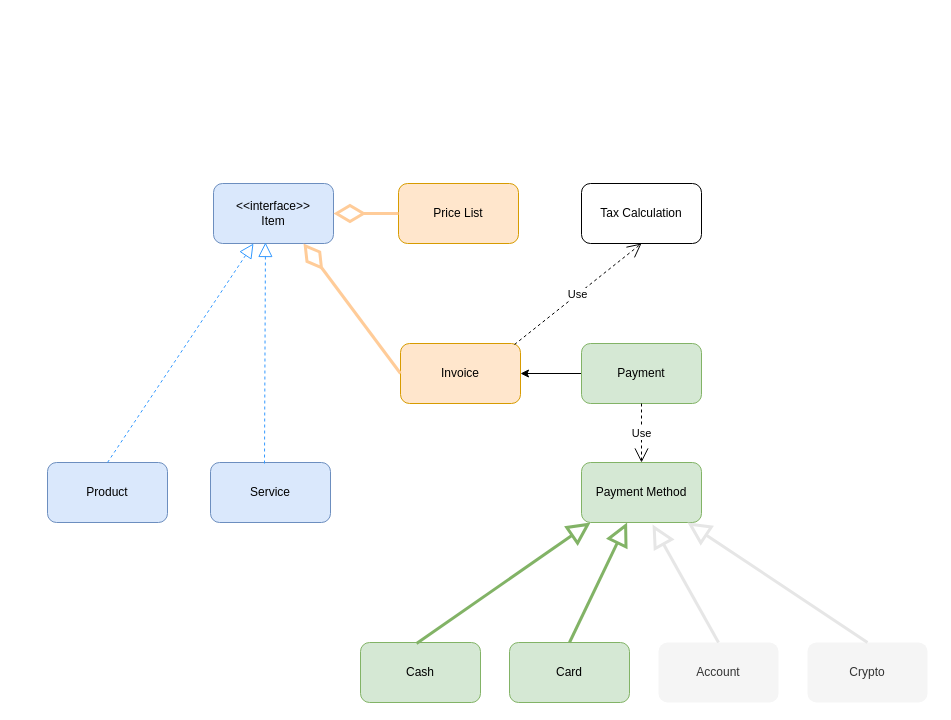
Earlier version of the draw.io diagram Portculis Cashier.drawio (369neri/PortculisPOS). Source tidied: cells renumbered, new cells numbered last; positions are measured from the earlier drawing's top-left corner, leaving out a move shared by most shapes. Both pictures are drawn from the tidied source at 100%, with x=0, y=0 at pixel (47, 183).
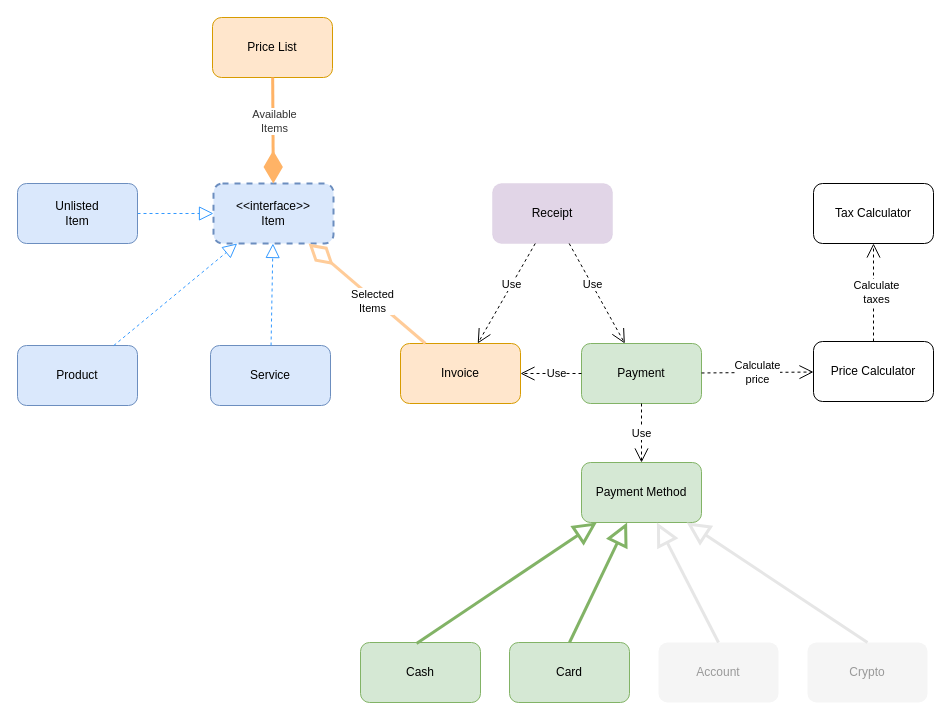
After the change.

The change refers to these unchanged cells:
```xml
<mxCell id="2" value="Invoice" style="rounded=1;whiteSpace=wrap;html=1;fillColor=#ffe6cc;strokeColor=#d79b00;" parent="1" vertex="1">
  <mxGeometry x="353" y="160" width="120" height="60" as="geometry" />
</mxCell>
<mxCell id="6" value="Payment" style="rounded=1;whiteSpace=wrap;html=1;fillColor=#d5e8d4;strokeColor=#82b366;" parent="1" vertex="1">
  <mxGeometry x="534" y="160" width="120" height="60" as="geometry" />
</mxCell>
<mxCell id="7" value="Payment Method" style="rounded=1;whiteSpace=wrap;html=1;fillColor=#d5e8d4;strokeColor=#82b366;" parent="1" vertex="1">
  <mxGeometry x="534" y="279" width="120" height="60" as="geometry" />
</mxCell>
<mxCell id="9" value="Cash" style="rounded=1;whiteSpace=wrap;html=1;fillColor=#d5e8d4;strokeColor=#82b366;" parent="1" vertex="1">
  <mxGeometry x="313" y="459" width="120" height="60" as="geometry" />
</mxCell>
```

Diff of the diagram source:
```diff
@@
-<mxGraphModel>
+<mxGraphModel background="#FFFFFF">
@@
     <mxCell id="3" value="Price List" style="rounded=1;whiteSpace=wrap;html=1;fillColor=#ffe6cc;strokeColor=#d79b00;" parent="1" vertex="1">
-      <mxGeometry x="351" width="120" height="60" as="geometry" />
+      <mxGeometry x="165" y="-166" width="120" height="60" as="geometry" />
     </mxCell>
-    <mxCell id="4" value="&amp;lt;&amp;lt;interface&amp;gt;&amp;gt;&lt;br&gt;Item" style="rounded=1;whiteSpace=wrap;html=1;fillColor=#dae8fc;strokeColor=#6c8ebf;" parent="1" vertex="1">
+    <mxCell id="4" value="&amp;lt;&amp;lt;interface&amp;gt;&amp;gt;&lt;br&gt;Item" style="rounded=1;whiteSpace=wrap;html=1;fillColor=#dae8fc;strokeColor=#6c8ebf;strokeWidth=2;dashed=1;" parent="1" vertex="1">
       <mxGeometry x="166" width="120" height="60" as="geometry" />
     </mxCell>
-    <mxCell id="5" style="edgeStyle=orthogonalEdgeStyle;rounded=0;jettySize=auto;html=1;" parent="1" edge="1" source="6" target="2">
-      <mxGeometry relative="1" as="geometry" />
-    </mxCell>
@@
-    <mxCell id="8" style="endArrow=diamondThin;endFill=0;endSize=24;html=1;rounded=0;entryX=1;entryY=0.5;entryDx=0;entryDy=0;exitX=0;exitY=0.5;exitDx=0;exitDy=0;fillColor=#ffe6cc;strokeColor=#FFCC99;strokeWidth=3;" parent="1" edge="1" source="3" target="4">
-      <mxGeometry relative="1" as="geometry" />
-    </mxCell>
@@
-    <mxCell id="11" value="Account" style="rounded=1;whiteSpace=wrap;html=1;fillColor=#f5f5f5;fontColor=#333333;strokeColor=none;dashed=1;dashPattern=1 4;strokeWidth=0;" parent="1" vertex="1">
+    <mxCell id="11" value="Account" style="rounded=1;whiteSpace=wrap;html=1;fillColor=#f5f5f5;fontColor=#999999;strokeColor=none;dashed=1;dashPattern=1 4;strokeWidth=0;" parent="1" vertex="1">
       <mxGeometry x="611" y="459" width="120" height="60" as="geometry" />
     </mxCell>
-    <mxCell id="12" value="Crypto" style="rounded=1;whiteSpace=wrap;html=1;fillColor=#f5f5f5;fontColor=#333333;strokeColor=none;dashed=1;dashPattern=1 4;strokeWidth=0;" parent="1" vertex="1">
+    <mxCell id="12" value="Crypto" style="rounded=1;whiteSpace=wrap;html=1;fillColor=#f5f5f5;fontColor=#999999;strokeColor=none;dashed=1;dashPattern=1 4;strokeWidth=0;" parent="1" vertex="1">
       <mxGeometry x="760" y="459" width="120" height="60" as="geometry" />
     </mxCell>
     <mxCell id="13" value="Product" style="rounded=1;whiteSpace=wrap;html=1;fillColor=#dae8fc;strokeColor=#6c8ebf;" parent="1" vertex="1">
-      <mxGeometry y="279" width="120" height="60" as="geometry" />
+      <mxGeometry x="-30" y="162" width="120" height="60" as="geometry" />
     </mxCell>
     <mxCell id="14" value="Service" style="rounded=1;whiteSpace=wrap;html=1;fillColor=#dae8fc;strokeColor=#6c8ebf;" parent="1" vertex="1">
-      <mxGeometry x="163" y="279" width="120" height="60" as="geometry" />
+      <mxGeometry x="163" y="162" width="120" height="60" as="geometry" />
     </mxCell>
-    <mxCell id="15" style="endArrow=block;dashed=1;endFill=0;endSize=12;html=1;rounded=0;entryX=0.433;entryY=0.983;entryDx=0;entryDy=0;entryPerimeter=0;exitX=0.45;exitY=0.017;exitDx=0;exitDy=0;exitPerimeter=0;strokeColor=#3399FF;" parent="1" edge="1" source="14" target="4">
+    <mxCell id="15" style="endArrow=block;dashed=1;endFill=0;endSize=12;html=1;rounded=0;strokeColor=#3399FF;" parent="1" edge="1" source="14" target="4">
       <mxGeometry relative="1" as="geometry" />
     </mxCell>
-    <mxCell id="16" style="endArrow=block;dashed=1;endFill=0;endSize=12;html=1;rounded=0;exitX=0.5;exitY=0;exitDx=0;exitDy=0;strokeColor=#3399FF;" parent="1" edge="1" source="13" target="4">
+    <mxCell id="16" style="endArrow=block;dashed=1;endFill=0;endSize=12;html=1;rounded=0;strokeColor=#3399FF;" parent="1" edge="1" source="13" target="4">
       <mxGeometry relative="1" as="geometry" />
     </mxCell>
-    <mxCell id="17" style="endArrow=diamondThin;endFill=0;endSize=24;html=1;rounded=0;entryX=0.75;entryY=1;entryDx=0;entryDy=0;exitX=0;exitY=0.5;exitDx=0;exitDy=0;fillColor=#ffe6cc;strokeColor=#FFCC99;strokeWidth=3;" parent="1" edge="1" source="2" target="4">
+    <mxCell id="17" style="endArrow=diamondThin;endFill=0;endSize=24;html=1;rounded=0;fillColor=#ffe6cc;strokeColor=#FFCC99;strokeWidth=3;" parent="1" edge="1" source="2" target="4">
       <mxGeometry relative="1" as="geometry" />
     </mxCell>
+    <mxCell id="25" value="Selected&lt;br&gt;Items" style="edgeLabel;html=1;align=center;verticalAlign=middle;" parent="17" vertex="1">
+      <mxGeometry x="-0.45" y="-1" relative="1" as="geometry">
+        <mxPoint x="-22" y="-14" as="offset" />
+      </mxGeometry>
+    </mxCell>
-    <mxCell id="18" value="Tax Calculation" style="rounded=1;whiteSpace=wrap;html=1;" parent="1" vertex="1">
-      <mxGeometry x="534" width="120" height="60" as="geometry" />
+    <mxCell id="18" value="Tax Calculator" style="rounded=1;whiteSpace=wrap;html=1;" parent="1" vertex="1">
+      <mxGeometry x="766" width="120" height="60" as="geometry" />
     </mxCell>
-    <mxCell id="19" value="Use" style="endArrow=open;endSize=12;dashed=1;html=1;rounded=0;exitX=0.95;exitY=0.017;exitDx=0;exitDy=0;entryX=0.5;entryY=1;entryDx=0;entryDy=0;exitPerimeter=0;" parent="1" edge="1" source="2" target="18">
-      <mxGeometry relative="1" as="geometry" />
+    <mxCell id="19" value="Calculate&lt;br&gt;taxes" style="endArrow=open;endSize=12;dashed=1;html=1;rounded=0;" parent="1" edge="1" source="30" target="18">
+      <mxGeometry x="-0.01" y="-3" relative="1" as="geometry" />
     </mxCell>
-    <mxCell id="20" value="Use" style="endArrow=open;endSize=12;dashed=1;html=1;rounded=0;exitX=0.5;exitY=1;exitDx=0;exitDy=0;entryX=0.5;entryY=0;entryDx=0;entryDy=0;" parent="1" edge="1" source="6" target="7">
+    <mxCell id="20" value="Use" style="endArrow=open;endSize=12;dashed=1;html=1;rounded=0;" parent="1" edge="1" source="6" target="7">
       <mxGeometry relative="1" as="geometry" />
     </mxCell>
@@
-    <mxCell id="22" style="endArrow=block;endSize=16;endFill=0;html=1;rounded=0;strokeColor=#82b366;strokeWidth=3;fillColor=#d5e8d4;entryX=0.075;entryY=1;entryDx=0;entryDy=0;entryPerimeter=0;exitX=0.467;exitY=0.017;exitDx=0;exitDy=0;exitPerimeter=0;" parent="1" edge="1" source="9" target="7">
+    <mxCell id="22" style="endArrow=block;endSize=16;endFill=0;html=1;rounded=0;strokeColor=#82b366;strokeWidth=3;fillColor=#d5e8d4;exitX=0.467;exitY=0.017;exitDx=0;exitDy=0;exitPerimeter=0;" parent="1" edge="1" source="9" target="7">
       <mxGeometry x="0.13" y="-71" relative="1" as="geometry" />
     </mxCell>
-    <mxCell id="23" style="endArrow=block;endSize=16;endFill=0;html=1;rounded=0;strokeColor=#E6E6E6;strokeWidth=3;fillColor=#d5e8d4;exitX=0.5;exitY=0;exitDx=0;exitDy=0;entryX=0.883;entryY=1;entryDx=0;entryDy=0;entryPerimeter=0;" parent="1" edge="1" source="12" target="7">
+    <mxCell id="23" style="endArrow=block;endSize=16;endFill=0;html=1;rounded=0;strokeColor=#E6E6E6;strokeWidth=3;fillColor=#d5e8d4;exitX=0.5;exitY=0;exitDx=0;exitDy=0;" parent="1" edge="1" source="12" target="7">
       <mxGeometry relative="1" as="geometry" />
     </mxCell>
-    <mxCell id="24" style="endArrow=block;endSize=16;endFill=0;html=1;rounded=0;strokeColor=#E6E6E6;strokeWidth=3;fillColor=#d5e8d4;exitX=0.5;exitY=0;exitDx=0;exitDy=0;entryX=0.592;entryY=1.033;entryDx=0;entryDy=0;entryPerimeter=0;" parent="1" edge="1" source="11" target="7">
+    <mxCell id="24" style="endArrow=block;endSize=16;endFill=0;html=1;rounded=0;strokeColor=#E6E6E6;strokeWidth=3;fillColor=#d5e8d4;exitX=0.5;exitY=0;exitDx=0;exitDy=0;" parent="1" edge="1" source="11" target="7">
       <mxGeometry relative="1" as="geometry" />
     </mxCell>
+    <mxCell id="26" value="Receipt" style="rounded=1;whiteSpace=wrap;html=1;strokeWidth=0;fillColor=#e1d5e7;strokeColor=#9673a6;" parent="1" vertex="1">
+      <mxGeometry x="445" width="120" height="60" as="geometry" />
+    </mxCell>
+    <mxCell id="5" value="Use" style="endArrow=open;endSize=12;dashed=1;html=1;rounded=0;" parent="1" edge="1" source="6" target="2">
+      <mxGeometry x="-0.18" relative="1" as="geometry" />
+    </mxCell>
+    <mxCell id="27" style="endArrow=block;dashed=1;endFill=0;endSize=12;html=1;rounded=0;strokeColor=#3399FF;" parent="1" edge="1" source="33" target="4">
+      <mxGeometry relative="1" as="geometry" />
+    </mxCell>
+    <mxCell id="28" value="Use" style="endArrow=open;endSize=12;dashed=1;html=1;rounded=0;" parent="1" edge="1" source="26" target="2">
+      <mxGeometry x="-0.18" relative="1" as="geometry" />
+    </mxCell>
+    <mxCell id="29" value="Use" style="endArrow=open;endSize=12;dashed=1;html=1;rounded=0;" parent="1" edge="1" source="26" target="6">
+      <mxGeometry x="-0.18" relative="1" as="geometry" />
+    </mxCell>
+    <mxCell id="30" value="Price Calculator" style="rounded=1;whiteSpace=wrap;html=1;" parent="1" vertex="1">
+      <mxGeometry x="766" y="158" width="120" height="60" as="geometry" />
+    </mxCell>
+    <mxCell id="31" value="Calculate&lt;br&gt;price" style="endArrow=open;endSize=12;dashed=1;html=1;rounded=0;" parent="1" edge="1" source="6" target="30">
+      <mxGeometry relative="1" as="geometry" />
+    </mxCell>
+    <mxCell id="8" style="endArrow=diamondThin;endFill=1;endSize=24;html=1;rounded=0;strokeColor=#FFB366;strokeWidth=3;fontColor=#333333;" parent="1" edge="1" source="3" target="4">
+      <mxGeometry relative="1" as="geometry" />
+    </mxCell>
+    <mxCell id="32" value="Available&lt;br&gt;Items" style="edgeLabel;html=1;align=center;verticalAlign=middle;fontColor=#333333;" parent="8" vertex="1">
+      <mxGeometry x="0.23" y="4" relative="1" as="geometry">
+        <mxPoint x="-3" y="-21" as="offset" />
+      </mxGeometry>
+    </mxCell>
+    <mxCell id="33" value="Unlisted&lt;br&gt;Item" style="rounded=1;whiteSpace=wrap;html=1;fillColor=#dae8fc;strokeColor=#6c8ebf;" parent="1" vertex="1">
+      <mxGeometry x="-30" width="120" height="60" as="geometry" />
+    </mxCell>
```
